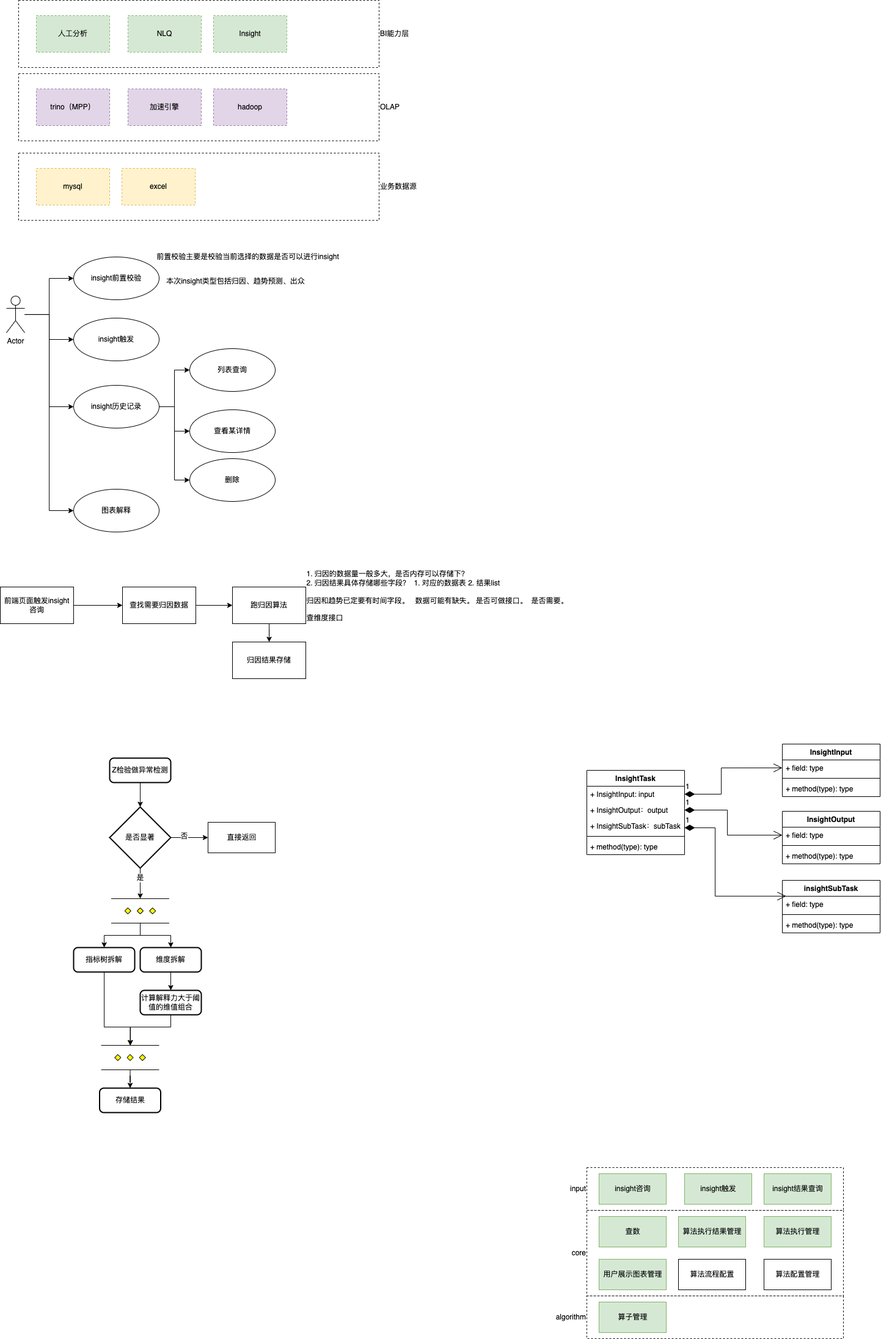
larrydrh/diagram keeps this draw.io diagram as insight架构图.drawio.png. Above is the earlier version. Source tidied: cells renumbered, new cells last; positions are measured from the earlier drawing's top-left corner, leaving out a move shared by most shapes.
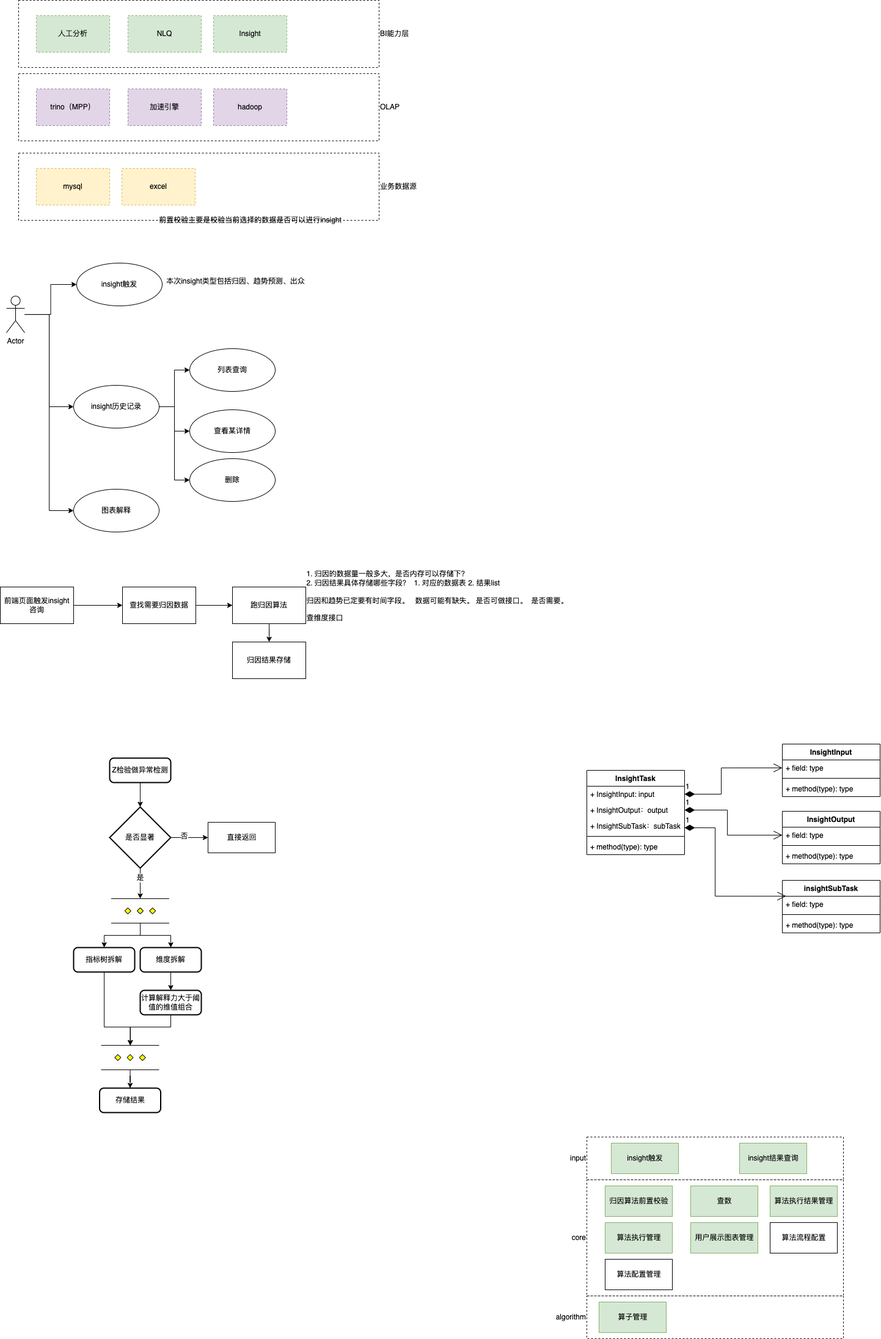
Later version of the same file.

Diff of the diagram source:
```diff
@@ -6,10 +6,10 @@
       <mxGeometry x="960" y="2120" width="420" height="70" as="geometry" />
     </mxCell>
     <mxCell id="3" value="input" style="html=1;fillColor=none;dashed=1;labelPosition=left;verticalLabelPosition=middle;align=right;verticalAlign=middle;" parent="1" vertex="1">
-      <mxGeometry x="960" y="1910" width="420" height="70" as="geometry" />
+      <mxGeometry x="960" y="1860" width="420" height="70" as="geometry" />
     </mxCell>
     <mxCell id="4" value="core" style="html=1;fillColor=none;dashed=1;labelPosition=left;verticalLabelPosition=middle;align=right;verticalAlign=middle;" parent="1" vertex="1">
-      <mxGeometry x="960" y="1980" width="420" height="140" as="geometry" />
+      <mxGeometry x="960" y="1930" width="420" height="190" as="geometry" />
     </mxCell>
     <mxCell id="5" value="BI能力层" style="rounded=0;whiteSpace=wrap;html=1;fillColor=none;dashed=1;labelPosition=right;verticalLabelPosition=middle;align=left;verticalAlign=middle;" parent="1" vertex="1">
       <mxGeometry x="30" width="590" height="110" as="geometry" />
@@ -68,9 +68,6 @@
     <mxCell id="23" value="&lt;div style=&quot;text-align: left&quot;&gt;&lt;span&gt;1&lt;/span&gt;&lt;span style=&quot;font-size: 10px&quot;&gt;. 归因的数据量一般多大，是否内存可以存储下？&lt;/span&gt;&lt;/div&gt;&lt;span style=&quot;font-size: 10px&quot;&gt;&lt;div style=&quot;text-align: left&quot;&gt;&lt;span&gt;2. 归因结果具体存储哪些字段？&amp;nbsp; 1. 对应的数据表 2. 结果list&amp;nbsp;&lt;/span&gt;&lt;/div&gt;&lt;div style=&quot;text-align: left&quot;&gt;&lt;span&gt;&lt;br&gt;&lt;/span&gt;&lt;/div&gt;&lt;div style=&quot;text-align: left&quot;&gt;&lt;span&gt;归因和趋势已定要有时间字段。&amp;nbsp; &amp;nbsp;数据可能有缺失。 是否可做接口。&amp;nbsp; 是否需要。&lt;/span&gt;&lt;/div&gt;&lt;div style=&quot;text-align: left&quot;&gt;&lt;span&gt;&lt;br&gt;&lt;/span&gt;&lt;/div&gt;&lt;div style=&quot;text-align: left&quot;&gt;&lt;span&gt;查维度接口&lt;/span&gt;&lt;/div&gt;&lt;/span&gt;" style="text;html=1;align=center;verticalAlign=middle;strokeColor=none;fillColor=none;labelPosition=center;verticalLabelPosition=middle;" parent="1" vertex="1">
       <mxGeometry x="530" y="930" width="370" height="90" as="geometry" />
     </mxCell>
-    <mxCell id="24" style="edgeStyle=orthogonalEdgeStyle;rounded=0;jettySize=auto;html=1;" parent="1" edge="1" source="28" target="29">
-      <mxGeometry relative="1" as="geometry" />
-    </mxCell>
     <mxCell id="25" style="edgeStyle=orthogonalEdgeStyle;rounded=0;jettySize=auto;html=1;entryX=0;entryY=0.5;entryDx=0;entryDy=0;" parent="1" edge="1" source="28" target="37">
       <mxGeometry relative="1" as="geometry" />
     </mxCell>
@@ -83,9 +80,6 @@
     <mxCell id="28" value="Actor" style="shape=umlActor;verticalLabelPosition=bottom;verticalAlign=top;html=1;" parent="1" vertex="1">
       <mxGeometry x="10" y="484" width="30" height="60" as="geometry" />
     </mxCell>
-    <mxCell id="29" value="insight前置校验" style="ellipse;whiteSpace=wrap;html=1;" parent="1" vertex="1">
-      <mxGeometry x="120" y="420" width="140" height="70" as="geometry" />
-    </mxCell>
     <mxCell id="30" style="edgeStyle=orthogonalEdgeStyle;rounded=0;jettySize=auto;html=1;" parent="1" edge="1" source="33" target="34">
       <mxGeometry relative="1" as="geometry" />
     </mxCell>
@@ -108,7 +102,7 @@
       <mxGeometry x="265" y="450" width="240" height="20" as="geometry" />
     </mxCell>
     <mxCell id="37" value="insight触发" style="ellipse;whiteSpace=wrap;html=1;" parent="1" vertex="1">
-      <mxGeometry x="120" y="520" width="140" height="70" as="geometry" />
+      <mxGeometry x="125" y="430" width="140" height="70" as="geometry" />
     </mxCell>
     <mxCell id="38" value="图表解释" style="ellipse;whiteSpace=wrap;html=1;" parent="1" vertex="1">
       <mxGeometry x="120" y="800" width="140" height="70" as="geometry" />
@@ -117,7 +111,7 @@
       <mxGeometry x="310" y="750" width="140" height="70" as="geometry" />
     </mxCell>
     <mxCell id="40" value="前置校验主要是校验当前选择的数据是否可以进行insight" style="text;html=1;align=center;verticalAlign=middle;strokeColor=none;fillColor=none;" parent="1" vertex="1">
-      <mxGeometry x="250" y="410" width="310" height="20" as="geometry" />
+      <mxGeometry x="254" y="350" width="310" height="20" as="geometry" />
     </mxCell>
     <mxCell id="41" value="直接返回" style="html=1;" parent="1" vertex="1">
       <mxGeometry x="340" y="1345" width="110" height="50" as="geometry" />
@@ -221,35 +215,32 @@
     <mxCell id="70" value="+ method(type): type" style="text;strokeColor=none;fillColor=none;align=left;verticalAlign=top;spacingLeft=4;spacingRight=4;overflow=hidden;" parent="65" vertex="1">
       <mxGeometry y="112" width="160" height="26" as="geometry" />
     </mxCell>
-    <mxCell id="71" value="insight咨询" style="html=1;fillColor=#d5e8d4;strokeColor=#82b366;" parent="1" vertex="1">
-      <mxGeometry x="980" y="1920" width="110" height="50" as="geometry" />
-    </mxCell>
     <mxCell id="72" value="insight触发" style="html=1;fillColor=#d5e8d4;strokeColor=#82b366;" parent="1" vertex="1">
-      <mxGeometry x="1120" y="1920" width="110" height="50" as="geometry" />
+      <mxGeometry x="1000" y="1870" width="110" height="50" as="geometry" />
     </mxCell>
     <mxCell id="73" value="insight结果查询" style="html=1;fillColor=#d5e8d4;strokeColor=#82b366;" parent="1" vertex="1">
-      <mxGeometry x="1250" y="1920" width="110" height="50" as="geometry" />
+      <mxGeometry x="1210" y="1870" width="110" height="50" as="geometry" />
     </mxCell>
     <mxCell id="74" value="查数" style="html=1;fillColor=#d5e8d4;strokeColor=#82b366;" parent="1" vertex="1">
-      <mxGeometry x="980" y="1990" width="110" height="50" as="geometry" />
+      <mxGeometry x="1130" y="1940" width="110" height="50" as="geometry" />
     </mxCell>
     <mxCell id="75" value="算法配置管理" style="html=1;" parent="1" vertex="1">
-      <mxGeometry x="1250" y="2060" width="110" height="50" as="geometry" />
+      <mxGeometry x="990" y="2060" width="110" height="50" as="geometry" />
     </mxCell>
     <mxCell id="76" value="算法流程配置" style="html=1;" parent="1" vertex="1">
-      <mxGeometry x="1110" y="2060" width="110" height="50" as="geometry" />
+      <mxGeometry x="1260" y="2000" width="110" height="50" as="geometry" />
     </mxCell>
     <mxCell id="77" value="算法执行管理" style="html=1;fillColor=#d5e8d4;strokeColor=#82b366;" parent="1" vertex="1">
-      <mxGeometry x="1250" y="1990" width="110" height="50" as="geometry" />
+      <mxGeometry x="990" y="2000" width="110" height="50" as="geometry" />
     </mxCell>
     <mxCell id="78" value="算子管理" style="html=1;fillColor=#d5e8d4;strokeColor=#82b366;" parent="1" vertex="1">
       <mxGeometry x="980" y="2130" width="110" height="50" as="geometry" />
     </mxCell>
     <mxCell id="79" value="算法执行结果管理" style="html=1;fillColor=#d5e8d4;strokeColor=#82b366;" parent="1" vertex="1">
-      <mxGeometry x="1110" y="1990" width="110" height="50" as="geometry" />
+      <mxGeometry x="1260" y="1940" width="110" height="50" as="geometry" />
     </mxCell>
     <mxCell id="80" value="用户展示图表管理" style="html=1;fillColor=#d5e8d4;strokeColor=#82b366;" parent="1" vertex="1">
-      <mxGeometry x="980" y="2060" width="110" height="50" as="geometry" />
+      <mxGeometry x="1130" y="2000" width="110" height="50" as="geometry" />
     </mxCell>
     <mxCell id="81" value="InsightInput" style="swimlane;fontStyle=1;align=center;verticalAlign=top;horizontal=1;startSize=26;" parent="1" vertex="1">
       <mxGeometry x="1280" y="1217" width="160" height="86" as="geometry" />
@@ -300,5 +291,8 @@
         </Array>
       </mxGeometry>
     </mxCell>
+    <mxCell id="92" value="归因算法前置校验" style="html=1;fillColor=#d5e8d4;strokeColor=#82b366;" parent="1" vertex="1">
+      <mxGeometry x="990" y="1940" width="110" height="50" as="geometry" />
+    </mxCell>
   </root>
 </mxGraphModel>
```
